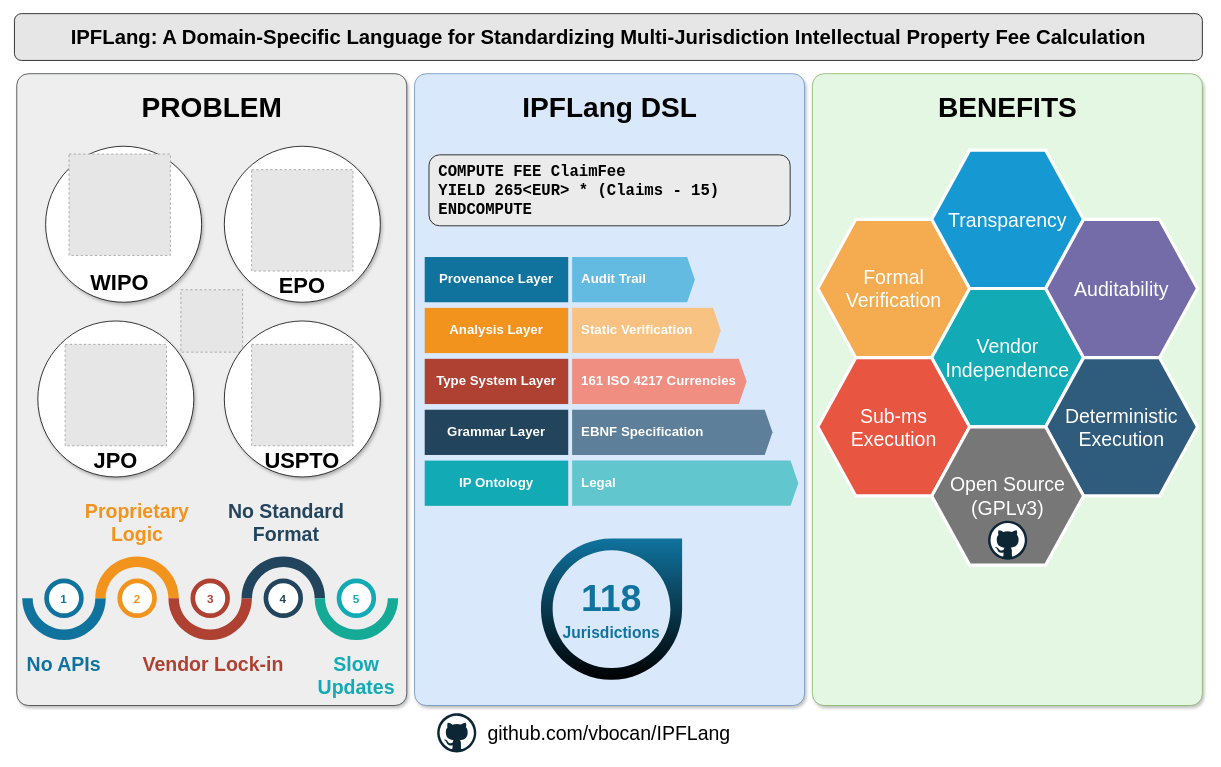
Above: article/graphical abstract/IPFLang - Graphical Abstract.drawio in vbocan/IPFLang (draw.io), before the change. Source tidied: cells renumbered, new cells numbered last; positions are measured from the earlier drawing's top-left corner, leaving out a move shared by most shapes. Both pictures are drawn from the tidied source at 78%, with x=0, y=0 at pixel (14, 13). Pictures stored in the file or linked from it are replaced by grey dashed boxes.
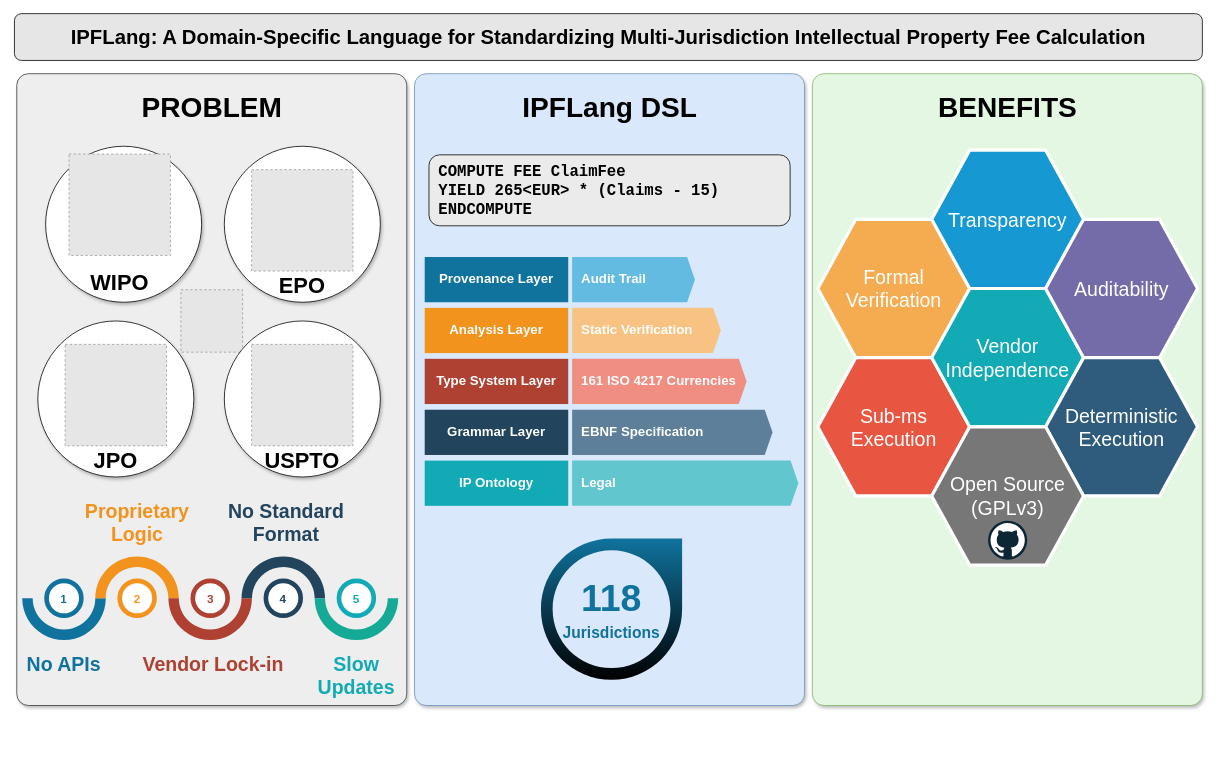
Above is the later version.

Commit message (it also covers changes not shown here):
Remove GitHub link from graphical abstract

Change to the diagram source:
```diff
@@
-    <mxCell id="50" style="group;" parent="1" vertex="1">
-      <mxGeometry x="522.1" y="897" width="490.9" height="50.1" as="geometry" />
-    </mxCell>
-    <mxCell id="51" style="dashed=0;html=1;align=center;labelPosition=center;verticalLabelPosition=bottom;verticalAlign=top;shape=mxgraph.weblogos.github;" parent="50" vertex="1">
-      <mxGeometry x="19.9" width="50.1" height="50.1" as="geometry" />
-    </mxCell>
-    <mxCell id="52" value="github.com/vbocan/IPFLang" style="text;html=1;whiteSpace=wrap;strokeColor=none;fillColor=none;align=center;verticalAlign=middle;rounded=0;fontSize=25;spacingBottom=0;spacingRight=10;" parent="50" vertex="1">
-      <mxGeometry y="2.7" width="490.9" height="44.8" as="geometry" />
-    </mxCell>
```
